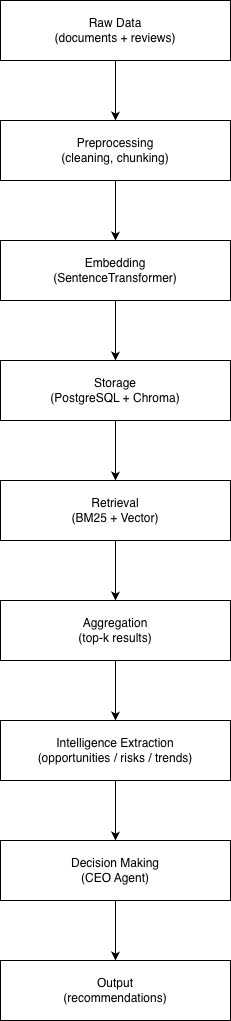
Earlier version of the draw.io export docs/images/aiceo-ai-pipeline.png (SakigamiYang/srh-ai-ceo). Source tidied: cells renumbered, new cells last; positions are measured from the earlier drawing's top-left corner, leaving out a move shared by most shapes. Its diagram source:
```xml
<mxGraphModel>
  <root>
    <mxCell id="0" />
    <mxCell id="1" parent="0" />
    <mxCell id="2" style="edgeStyle=orthogonalEdgeStyle;rounded=0;jettySize=auto;html=1;exitX=0.5;exitY=1;exitDx=0;exitDy=0;entryX=0.5;entryY=0;entryDx=0;entryDy=0;" parent="1" edge="1" source="3" target="5">
      <mxGeometry relative="1" as="geometry" />
    </mxCell>
    <mxCell id="3" value="Raw Data&lt;br&gt;(documents + reviews)" style="rounded=0;whiteSpace=wrap;html=1;" parent="1" vertex="1">
      <mxGeometry width="230" height="60" as="geometry" />
    </mxCell>
    <mxCell id="4" style="edgeStyle=orthogonalEdgeStyle;rounded=0;jettySize=auto;html=1;exitX=0.5;exitY=1;exitDx=0;exitDy=0;entryX=0.5;entryY=0;entryDx=0;entryDy=0;" parent="1" edge="1" source="5" target="7">
      <mxGeometry relative="1" as="geometry" />
    </mxCell>
    <mxCell id="5" value="Preprocessing&lt;br&gt;(cleaning, chunking)" style="rounded=0;whiteSpace=wrap;html=1;" parent="1" vertex="1">
      <mxGeometry y="120" width="230" height="60" as="geometry" />
    </mxCell>
    <mxCell id="6" style="edgeStyle=orthogonalEdgeStyle;rounded=0;jettySize=auto;html=1;exitX=0.5;exitY=1;exitDx=0;exitDy=0;entryX=0.5;entryY=0;entryDx=0;entryDy=0;" parent="1" edge="1" source="7" target="9">
      <mxGeometry relative="1" as="geometry" />
    </mxCell>
    <mxCell id="7" value="Embedding&lt;br&gt;(SentenceTransformer)" style="rounded=0;whiteSpace=wrap;html=1;" parent="1" vertex="1">
      <mxGeometry y="240" width="230" height="60" as="geometry" />
    </mxCell>
    <mxCell id="8" style="edgeStyle=orthogonalEdgeStyle;rounded=0;jettySize=auto;html=1;exitX=0.5;exitY=1;exitDx=0;exitDy=0;entryX=0.5;entryY=0;entryDx=0;entryDy=0;" parent="1" edge="1" source="9" target="11">
      <mxGeometry relative="1" as="geometry" />
    </mxCell>
    <mxCell id="9" value="Storage&lt;br&gt;(PostgreSQL + Chroma)" style="rounded=0;whiteSpace=wrap;html=1;" parent="1" vertex="1">
      <mxGeometry y="360" width="230" height="60" as="geometry" />
    </mxCell>
    <mxCell id="10" style="edgeStyle=orthogonalEdgeStyle;rounded=0;jettySize=auto;html=1;exitX=0.5;exitY=1;exitDx=0;exitDy=0;" parent="1" edge="1" source="11" target="13">
      <mxGeometry relative="1" as="geometry" />
    </mxCell>
    <mxCell id="11" value="Retrieval&lt;br&gt;(BM25 + Vector)" style="rounded=0;whiteSpace=wrap;html=1;" parent="1" vertex="1">
      <mxGeometry y="480" width="230" height="60" as="geometry" />
    </mxCell>
    <mxCell id="12" style="edgeStyle=orthogonalEdgeStyle;rounded=0;jettySize=auto;html=1;exitX=0.5;exitY=1;exitDx=0;exitDy=0;entryX=0.5;entryY=0;entryDx=0;entryDy=0;" parent="1" edge="1" source="13" target="15">
      <mxGeometry relative="1" as="geometry" />
    </mxCell>
    <mxCell id="13" value="Aggregation&lt;br&gt;(top-k results)" style="rounded=0;whiteSpace=wrap;html=1;" parent="1" vertex="1">
      <mxGeometry y="600" width="230" height="60" as="geometry" />
    </mxCell>
    <mxCell id="14" style="edgeStyle=orthogonalEdgeStyle;rounded=0;jettySize=auto;html=1;exitX=0.5;exitY=1;exitDx=0;exitDy=0;entryX=0.5;entryY=0;entryDx=0;entryDy=0;" parent="1" edge="1" source="15" target="17">
      <mxGeometry relative="1" as="geometry" />
    </mxCell>
    <mxCell id="15" value="&lt;meta charset=&quot;utf-8&quot;&gt;&lt;span&gt;Intelligence Extraction&lt;/span&gt;&lt;br&gt;&lt;span&gt;(opportunities / risks / trends)&lt;/span&gt;" style="rounded=0;whiteSpace=wrap;html=1;" parent="1" vertex="1">
      <mxGeometry y="720" width="230" height="60" as="geometry" />
    </mxCell>
    <mxCell id="16" style="edgeStyle=orthogonalEdgeStyle;rounded=0;jettySize=auto;html=1;exitX=0.5;exitY=1;exitDx=0;exitDy=0;entryX=0.5;entryY=0;entryDx=0;entryDy=0;" parent="1" edge="1" source="17" target="18">
      <mxGeometry relative="1" as="geometry" />
    </mxCell>
    <mxCell id="17" value="Decision Making&lt;br&gt;(CEO Agent)" style="rounded=0;whiteSpace=wrap;html=1;" parent="1" vertex="1">
      <mxGeometry y="840" width="230" height="60" as="geometry" />
    </mxCell>
    <mxCell id="18" value="Output&lt;br&gt;(recommendations)" style="rounded=0;whiteSpace=wrap;html=1;" parent="1" vertex="1">
      <mxGeometry y="960" width="230" height="60" as="geometry" />
    </mxCell>
  </root>
</mxGraphModel>
```
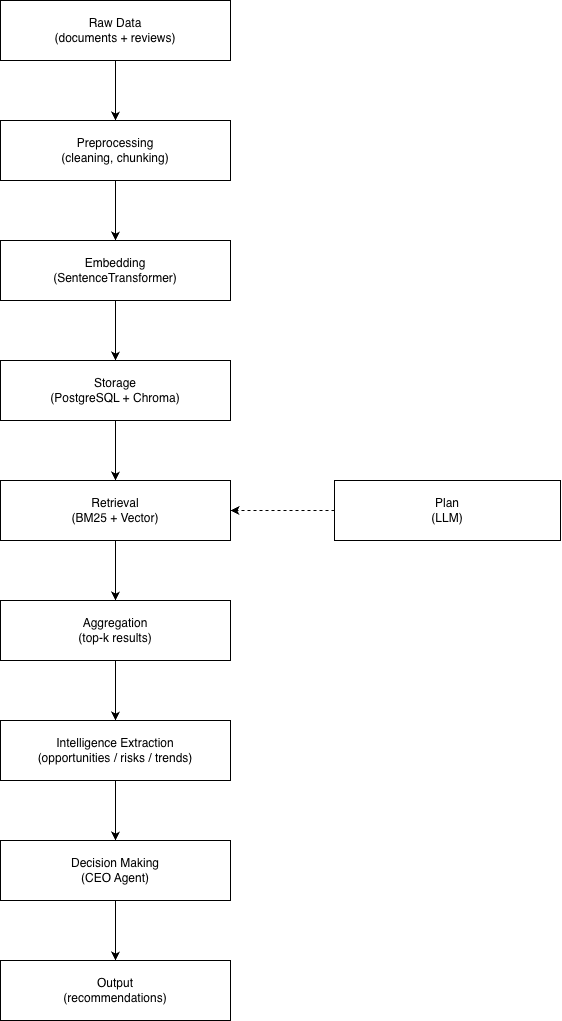
Later version of the same file.

The edit, as a diff of the source:
```diff
@@ -53,5 +53,11 @@
     <mxCell id="18" value="Output&lt;br&gt;(recommendations)" style="rounded=0;whiteSpace=wrap;html=1;" parent="1" vertex="1">
       <mxGeometry y="960" width="230" height="60" as="geometry" />
     </mxCell>
+    <mxCell id="19" value="Plan&lt;div&gt;(LLM)&lt;/div&gt;" style="rounded=0;whiteSpace=wrap;html=1;" parent="1" vertex="1">
+      <mxGeometry x="334" y="480" width="226" height="60" as="geometry" />
+    </mxCell>
+    <mxCell id="20" style="endArrow=classic;dashed=1;html=1;rounded=0;endFill=1;entryX=1;entryY=0.5;entryDx=0;entryDy=0;exitX=0;exitY=0.5;exitDx=0;exitDy=0;" parent="1" edge="1" source="19" target="11">
+      <mxGeometry relative="1" as="geometry" />
+    </mxCell>
   </root>
 </mxGraphModel>
```
